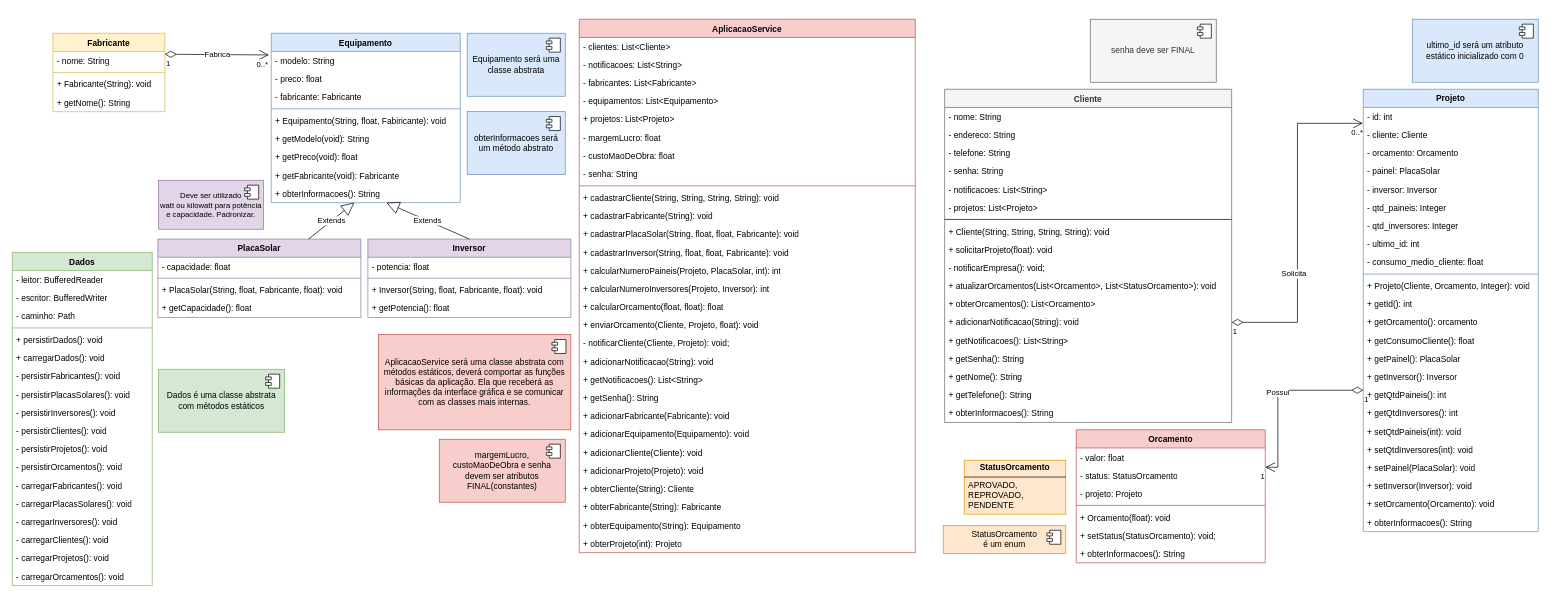
Before: diagrama_de_classes.drawio in tasso121/EnergiaSolar, a draw.io diagram. Source tidied: cells renumbered, new cells numbered last; positions are measured from the earlier drawing's top-left corner, leaving out a move shared by most shapes. Both pictures are drawn from the tidied source at 70%, with x=0, y=0 at pixel (12, 19).
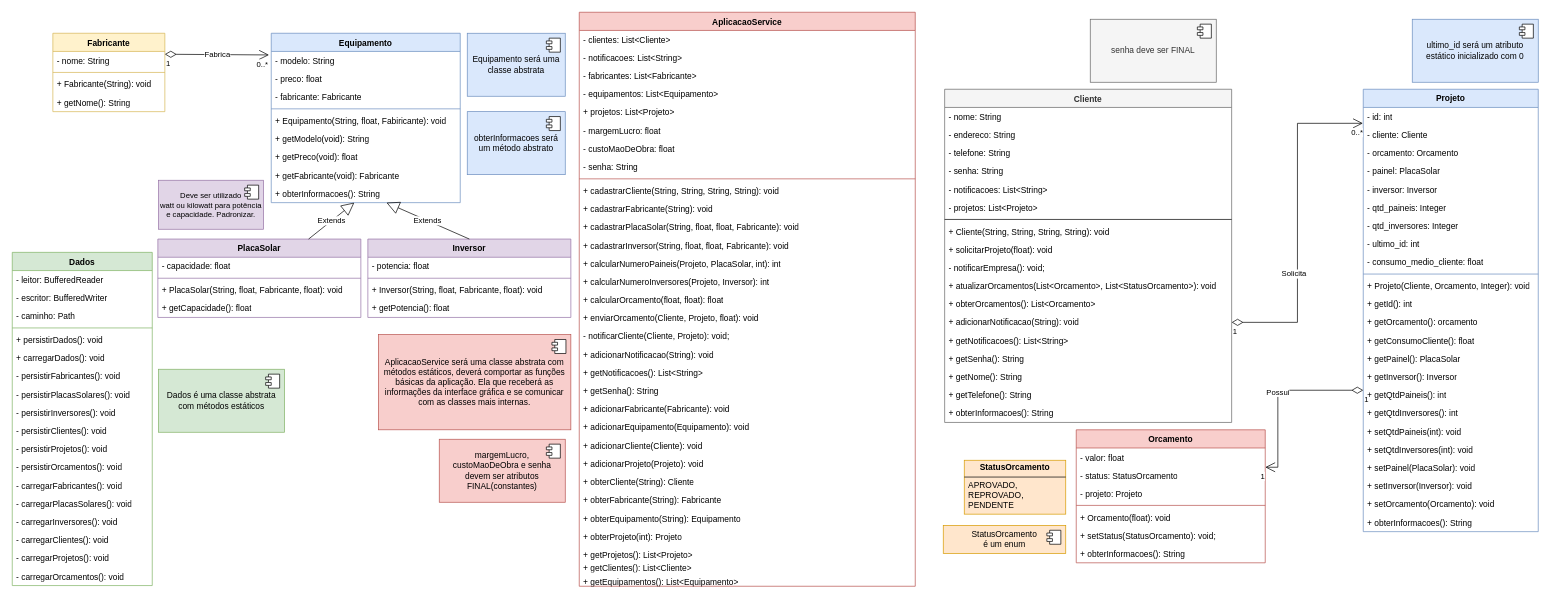
The same page after the edit.

What changed in the source:
```diff
@@
     <mxCell id="52" value="AplicacaoService" style="swimlane;fontStyle=1;align=center;verticalAlign=top;horizontal=1;startSize=26;whiteSpace=wrap;html=1;fillColor=#f8cecc;strokeColor=#b85450;" parent="1" vertex="1">
-      <mxGeometry x="810" width="480" height="762" as="geometry" />
+      <mxGeometry x="810" y="-10" width="480" height="820" as="geometry" />
     </mxCell>
@@
+    <mxCell id="160" value="+ getProjetos(): List&amp;lt;Projeto&amp;gt;" style="text;strokeColor=none;fillColor=none;align=left;verticalAlign=top;spacingLeft=4;spacingRight=4;overflow=hidden;whiteSpace=wrap;html=1;" parent="52" vertex="1">
+      <mxGeometry y="762" width="480" height="18" as="geometry" />
+    </mxCell>
+    <mxCell id="161" value="+ getClientes(): List&amp;lt;Cliente&amp;gt;" style="text;strokeColor=none;fillColor=none;align=left;verticalAlign=top;spacingLeft=4;spacingRight=4;overflow=hidden;whiteSpace=wrap;html=1;" parent="52" vertex="1">
+      <mxGeometry y="780" width="480" height="20" as="geometry" />
+    </mxCell>
+    <mxCell id="162" value="+ getEquipamentos(): List&amp;lt;Equipamento&amp;gt;" style="text;strokeColor=none;fillColor=none;align=left;verticalAlign=top;spacingLeft=4;spacingRight=4;overflow=hidden;whiteSpace=wrap;html=1;" parent="52" vertex="1">
+      <mxGeometry y="800" width="480" height="20" as="geometry" />
+    </mxCell>
```
